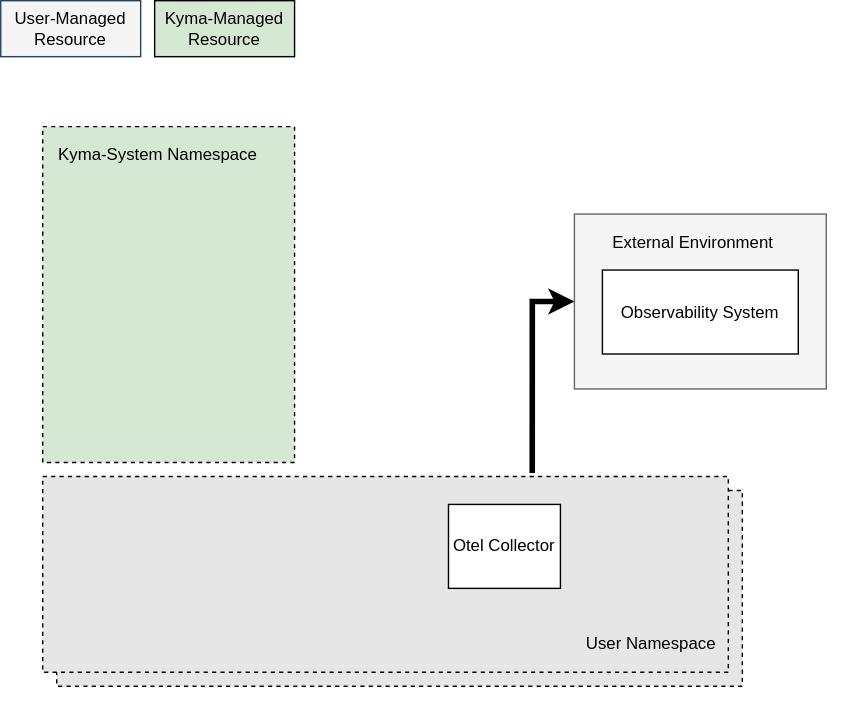
The draw.io diagram concepts/observability-strategy/assets/integration-custom.drawio.svg in kyma-project/community, before a commit. Source tidied: cells renumbered, new cells last; positions are measured from the earlier drawing's top-left corner, leaving out a move shared by most shapes.
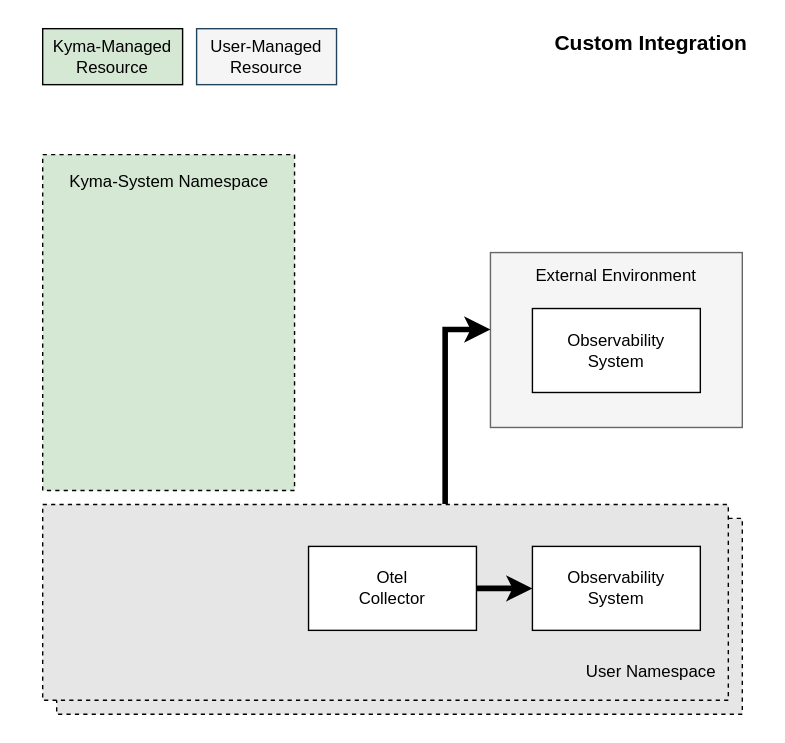
The same diagram one commit later.

Diff of the diagram source:
```diff
@@ -2,44 +2,63 @@
   <root>
     <mxCell id="0" />
     <mxCell id="1" parent="0" />
-    <mxCell id="2" style="rounded=0;whiteSpace=wrap;html=1;fillColor=#FFFFFF;strokeColor=none;" parent="1" vertex="1">
-      <mxGeometry y="60" width="610" height="450" as="geometry" />
-    </mxCell>
-    <mxCell id="3" style="rounded=0;whiteSpace=wrap;html=1;dashed=1;fillColor=#E6E6E6;strokeColor=#000000;" parent="1" vertex="1">
-      <mxGeometry x="40" y="350" width="490" height="140" as="geometry" />
-    </mxCell>
-    <mxCell id="4" style="rounded=0;whiteSpace=wrap;html=1;dashed=1;fillColor=#D5E8D4;strokeColor=#000000;" parent="1" vertex="1">
-      <mxGeometry x="30" y="90" width="180" height="240" as="geometry" />
-    </mxCell>
-    <mxCell id="5" style="rounded=0;whiteSpace=wrap;html=1;dashed=1;fillColor=#E6E6E6;strokeColor=#000000;" parent="1" vertex="1">
-      <mxGeometry x="30" y="340" width="490" height="140" as="geometry" />
-    </mxCell>
+    <mxCell id="15" style="rounded=0;whiteSpace=wrap;html=1;fillColor=#FFFFFF;strokeColor=none;" parent="1" vertex="1">
+      <mxGeometry x="-50" y="-80" width="560" height="530" as="geometry" />
+    </mxCell>
+    <mxCell id="16" style="rounded=0;whiteSpace=wrap;html=1;dashed=1;fillColor=#E6E6E6;strokeColor=#000000;" parent="1" vertex="1">
+      <mxGeometry x="-10" y="290" width="490" height="140" as="geometry" />
+    </mxCell>
+    <mxCell id="17" style="rounded=0;whiteSpace=wrap;html=1;dashed=1;fillColor=#D5E8D4;strokeColor=#000000;" parent="1" vertex="1">
+      <mxGeometry x="-20" y="30" width="180" height="240" as="geometry" />
+    </mxCell>
+    <mxCell id="18" style="rounded=0;whiteSpace=wrap;html=1;dashed=1;fillColor=#E6E6E6;strokeColor=#000000;" parent="1" vertex="1">
+      <mxGeometry x="-20" y="280" width="490" height="140" as="geometry" />
+    </mxCell>
     <mxCell id="6" value="Kyma-System Namespace" style="text;html=1;strokeColor=none;fillColor=none;align=center;verticalAlign=middle;whiteSpace=wrap;rounded=0;fontColor=#000000;" parent="1" vertex="1">
-      <mxGeometry x="30" y="100" width="165" height="20" as="geometry" />
+      <mxGeometry x="-12.5" y="40" width="165" height="20" as="geometry" />
     </mxCell>
     <mxCell id="7" value="User Namespace" style="text;html=1;strokeColor=none;fillColor=none;align=center;verticalAlign=middle;whiteSpace=wrap;rounded=0;fontColor=#000000;" parent="1" vertex="1">
-      <mxGeometry x="410" y="450" width="110" height="20" as="geometry" />
+      <mxGeometry x="360" y="390" width="110" height="20" as="geometry" />
     </mxCell>
     <mxCell id="8" value="User-Managed Resource" style="rounded=0;whiteSpace=wrap;html=1;fillColor=#F5F5F5;strokeColor=#23445d;" parent="1" vertex="1">
-      <mxGeometry width="100" height="40" as="geometry" />
+      <mxGeometry x="90" y="-60" width="100" height="40" as="geometry" />
     </mxCell>
     <mxCell id="9" value="Kyma-Managed Resource" style="rounded=0;whiteSpace=wrap;html=1;fillColor=#d5e8d4;strokeColor=#000000;fontColor=#000000;" parent="1" vertex="1">
-      <mxGeometry x="110" width="100" height="40" as="geometry" />
+      <mxGeometry x="-20" y="-60" width="100" height="40" as="geometry" />
     </mxCell>
+    <mxCell id="19" style="rounded=0;whiteSpace=wrap;html=1;fillColor=#f5f5f5;strokeColor=#666666;fontColor=#333333;" parent="1" vertex="1">
+      <mxGeometry x="300" y="100" width="180" height="125" as="geometry" />
+    </mxCell>
+    <mxCell id="12" value="External Environment" style="text;html=1;strokeColor=none;fillColor=none;align=center;verticalAlign=middle;whiteSpace=wrap;rounded=0;fontColor=#000000;" parent="1" vertex="1">
+      <mxGeometry x="325" y="107.5" width="130" height="20" as="geometry" />
+    </mxCell>
+    <mxCell id="20" value="Observability &lt;br&gt;System" style="rounded=0;whiteSpace=wrap;html=1;fontColor=#000000;fillColor=#FFFFFF;strokeColor=#000000;" parent="1" vertex="1">
+      <mxGeometry x="330" y="140" width="120" height="60" as="geometry" />
+    </mxCell>
-    <mxCell id="10" value="Otel Collector" style="rounded=0;whiteSpace=wrap;html=1;" parent="1" vertex="1">
-      <mxGeometry x="320" y="360" width="80" height="60" as="geometry" />
+    <mxCell id="10" value="Otel &lt;br&gt;Collector" style="rounded=0;whiteSpace=wrap;html=1;" parent="1" vertex="1">
+      <mxGeometry x="170" y="310" width="120" height="60" as="geometry" />
     </mxCell>
-    <mxCell id="11" style="rounded=0;whiteSpace=wrap;html=1;fillColor=#f5f5f5;strokeColor=#666666;fontColor=#333333;" parent="1" vertex="1">
-      <mxGeometry x="410" y="152.5" width="180" height="125" as="geometry" />
-    </mxCell>
-    <mxCell id="12" value="External Environment" style="text;html=1;strokeColor=none;fillColor=none;align=center;verticalAlign=middle;whiteSpace=wrap;rounded=0;fontColor=#000000;" parent="1" vertex="1">
-      <mxGeometry x="430" y="162.5" width="130" height="20" as="geometry" />
-    </mxCell>
-    <mxCell id="13" value="Observability System" style="rounded=0;whiteSpace=wrap;html=1;fontColor=#000000;fillColor=#FFFFFF;strokeColor=#000000;" parent="1" vertex="1">
-      <mxGeometry x="430" y="192.5" width="140" height="60" as="geometry" />
-    </mxCell>
-    <mxCell id="14" style="edgeStyle=orthogonalEdgeStyle;rounded=0;jettySize=auto;html=1;fillColor=#e1d5e7;strokeColor=#000000;strokeWidth=4;entryX=0;entryY=0.5;entryDx=0;entryDy=0;exitX=0.714;exitY=-0.018;exitDx=0;exitDy=0;exitPerimeter=0;" parent="1" edge="1" source="5" target="11">
-      <mxGeometry relative="1" as="geometry" />
-    </mxCell>
+    <mxCell id="21" style="edgeStyle=orthogonalEdgeStyle;rounded=0;jettySize=auto;html=1;fillColor=#e1d5e7;strokeColor=#000000;strokeWidth=4;exitX=0.587;exitY=-0.002;exitDx=0;exitDy=0;exitPerimeter=0;" parent="1" edge="1" source="18">
+      <mxGeometry relative="1" as="geometry">
+        <mxPoint x="300" y="155" as="targetPoint" />
+        <Array as="points">
+          <mxPoint x="268" y="155" />
+        </Array>
+      </mxGeometry>
+    </mxCell>
+    <mxCell id="22" value="Observability&lt;br&gt;System" style="rounded=0;whiteSpace=wrap;html=1;" parent="1" vertex="1">
+      <mxGeometry x="330" y="310" width="120" height="60" as="geometry" />
+    </mxCell>
+    <mxCell id="23" style="edgeStyle=orthogonalEdgeStyle;rounded=0;jettySize=auto;html=1;fillColor=#e1d5e7;strokeColor=#000000;strokeWidth=4;exitX=1;exitY=0.5;exitDx=0;exitDy=0;entryX=0;entryY=0.5;entryDx=0;entryDy=0;" parent="1" edge="1" source="10" target="22">
+      <mxGeometry relative="1" as="geometry">
+        <Array as="points">
+          <mxPoint x="310" y="340" />
+          <mxPoint x="310" y="340" />
+        </Array>
+      </mxGeometry>
+    </mxCell>
+    <mxCell id="24" value="&lt;font style=&quot;font-size: 15px;&quot;&gt;&lt;b&gt;Custom Integration&lt;/b&gt;&lt;/font&gt;" style="text;html=1;strokeColor=none;fillColor=none;align=center;verticalAlign=middle;whiteSpace=wrap;rounded=0;fontColor=#000000;" parent="1" vertex="1">
+      <mxGeometry x="345" y="-60" width="140" height="20" as="geometry" />
+    </mxCell>
   </root>
 </mxGraphModel>
```
